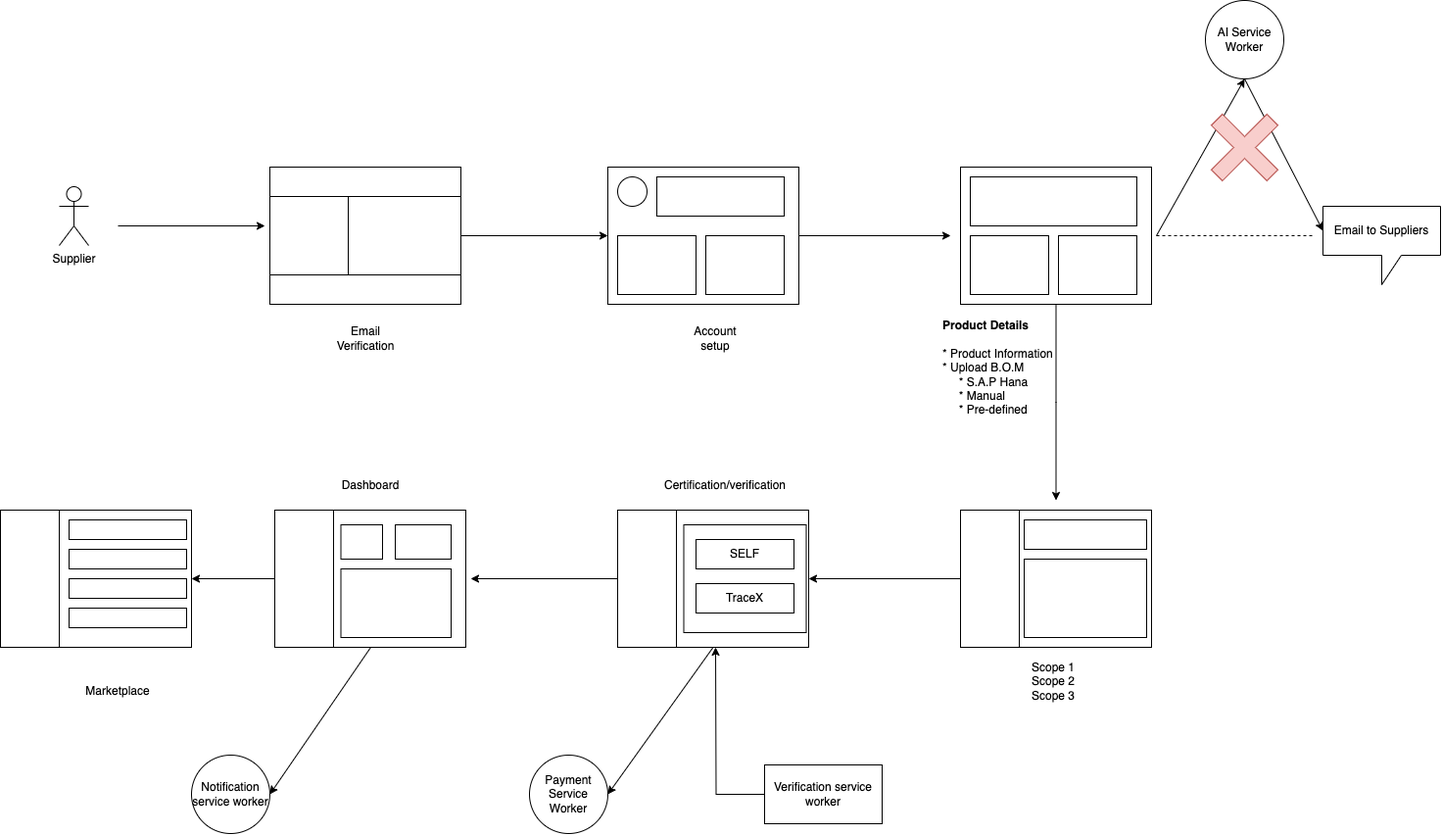
Before: system-diagram-tracex.drawio.png, a diagram exported from draw.io (PriyathamVarma/traceX). Source tidied: cells renumbered, new cells last; positions are measured from the earlier drawing's top-left corner, leaving out a move shared by most shapes.
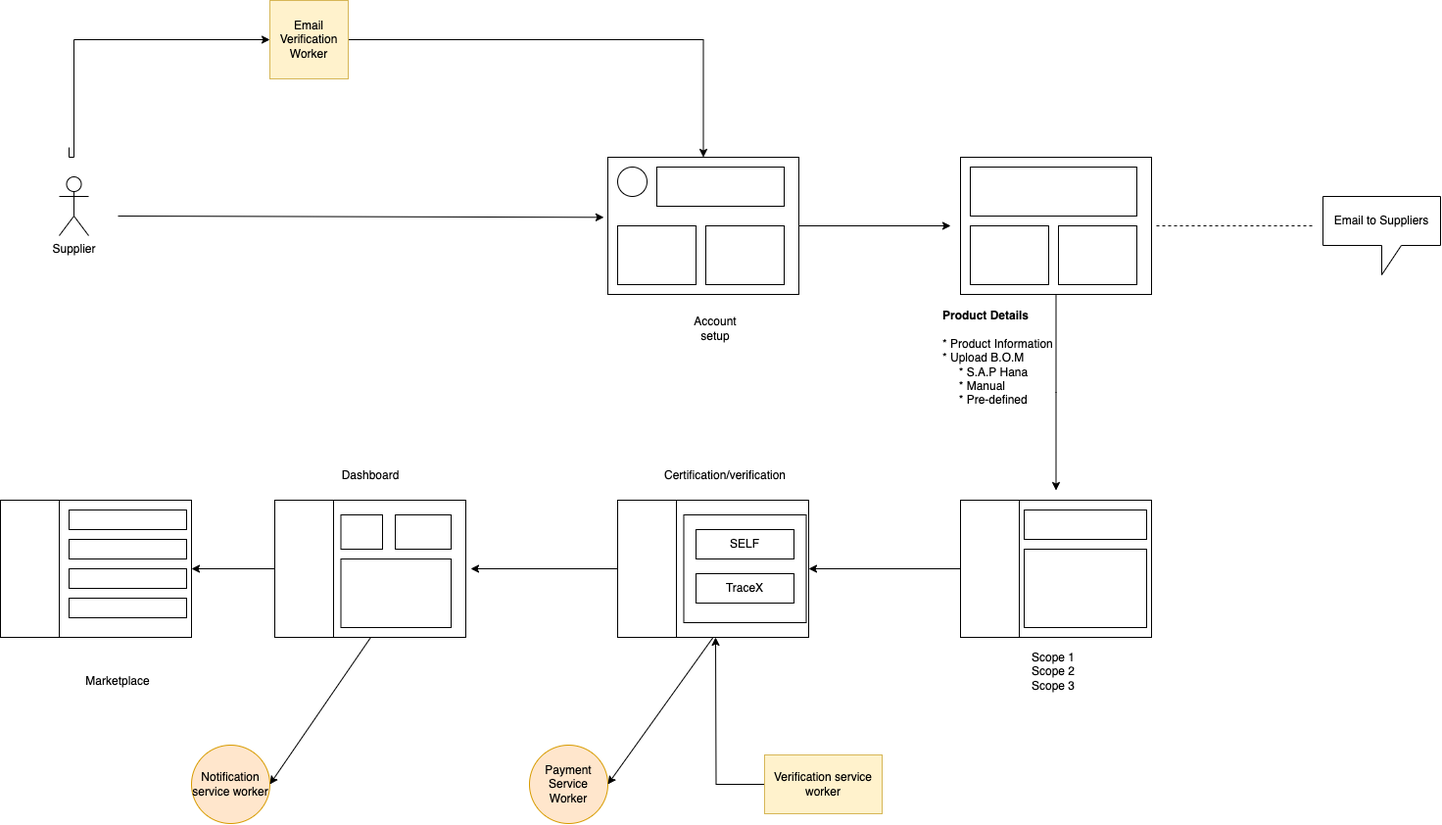
The same file after the commit.

Change to the diagram source:
```diff
@@ -2,33 +2,30 @@
   <root>
     <mxCell id="0" />
     <mxCell id="1" parent="0" />
-    <mxCell id="2" style="edgeStyle=orthogonalEdgeStyle;rounded=0;jettySize=auto;html=1;entryX=0;entryY=0.5;entryDx=0;entryDy=0;" parent="1" edge="1" source="3" target="11">
+    <mxCell id="2" style="edgeStyle=orthogonalEdgeStyle;rounded=0;jettySize=auto;html=1;entryX=0.5;entryY=0;entryDx=0;entryDy=0;exitX=1;exitY=0.5;exitDx=0;exitDy=0;" parent="1" edge="1" source="7" target="11">
       <mxGeometry relative="1" as="geometry" />
     </mxCell>
-    <mxCell id="3" style="rounded=0;whiteSpace=wrap;html=1;" parent="1" vertex="1">
-      <mxGeometry x="275" y="170" width="195" height="140" as="geometry" />
-    </mxCell>
+    <mxCell id="62" style="edgeStyle=orthogonalEdgeStyle;rounded=0;jettySize=auto;html=1;entryX=0;entryY=0.5;entryDx=0;entryDy=0;" parent="1" edge="1" target="7">
+      <mxGeometry relative="1" as="geometry">
+        <mxPoint x="70" y="160" as="sourcePoint" />
+        <Array as="points">
+          <mxPoint x="70" y="170" />
+          <mxPoint x="75" y="170" />
+          <mxPoint x="75" y="50" />
+        </Array>
+      </mxGeometry>
+    </mxCell>
     <mxCell id="4" value="Supplier" style="shape=umlActor;verticalLabelPosition=bottom;verticalAlign=top;html=1;" parent="1" vertex="1">
       <mxGeometry x="60" y="190" width="30" height="60" as="geometry" />
     </mxCell>
-    <mxCell id="5" style="rounded=0;whiteSpace=wrap;html=1;" parent="1" vertex="1">
-      <mxGeometry x="275" y="170" width="195" height="30" as="geometry" />
-    </mxCell>
-    <mxCell id="6" style="rounded=0;whiteSpace=wrap;html=1;" parent="1" vertex="1">
-      <mxGeometry x="275" y="280" width="195" height="30" as="geometry" />
-    </mxCell>
-    <mxCell id="7" style="whiteSpace=wrap;html=1;" parent="1" vertex="1">
-      <mxGeometry x="275" y="200" width="80" height="80" as="geometry" />
+    <mxCell id="7" value="Email Verification Worker" style="whiteSpace=wrap;html=1;fillColor=#fff2cc;strokeColor=#d6b656;" parent="1" vertex="1">
+      <mxGeometry x="275" y="10" width="80" height="80" as="geometry" />
     </mxCell>
-    <mxCell id="8" style="endArrow=classic;html=1;rounded=0;" parent="1" edge="1">
+    <mxCell id="8" style="endArrow=classic;html=1;rounded=0;entryX=-0.021;entryY=0.438;entryDx=0;entryDy=0;entryPerimeter=0;" parent="1" edge="1" target="11">
       <mxGeometry relative="1" as="geometry">
         <mxPoint x="120" y="230" as="sourcePoint" />
-        <mxPoint x="270" y="230" as="targetPoint" />
       </mxGeometry>
     </mxCell>
-    <mxCell id="9" value="Email Verification" style="text;html=1;strokeColor=none;fillColor=none;align=center;verticalAlign=middle;whiteSpace=wrap;rounded=0;" parent="1" vertex="1">
-      <mxGeometry x="343" y="330" width="60" height="30" as="geometry" />
-    </mxCell>
     <mxCell id="10" style="edgeStyle=orthogonalEdgeStyle;rounded=0;jettySize=auto;html=1;" parent="1" edge="1" source="11">
       <mxGeometry relative="1" as="geometry">
         <mxPoint x="970" y="240" as="targetPoint" />
@@ -81,20 +78,6 @@
         <mxPoint x="1340" y="240" as="targetPoint" />
       </mxGeometry>
     </mxCell>
-    <mxCell id="25" value="AI Service&lt;br&gt;Worker" style="ellipse;whiteSpace=wrap;html=1;" parent="1" vertex="1">
-      <mxGeometry x="1230" width="80" height="80" as="geometry" />
-    </mxCell>
-    <mxCell id="26" style="endArrow=classic;html=1;rounded=0;entryX=0.5;entryY=1;entryDx=0;entryDy=0;" parent="1" edge="1" target="25">
-      <mxGeometry relative="1" as="geometry">
-        <mxPoint x="1180" y="240" as="sourcePoint" />
-      </mxGeometry>
-    </mxCell>
-    <mxCell id="27" style="endArrow=classic;html=1;rounded=0;entryX=0;entryY=0;entryDx=0;entryDy=25;exitX=0.5;exitY=1;exitDx=0;exitDy=0;entryPerimeter=0;" parent="1" edge="1" source="25" target="23">
-      <mxGeometry relative="1" as="geometry" />
-    </mxCell>
-    <mxCell id="28" style="shape=cross;whiteSpace=wrap;html=1;rotation=-45;fillColor=#f8cecc;strokeColor=#b85450;" parent="1" vertex="1">
-      <mxGeometry x="1230" y="110" width="80" height="80" as="geometry" />
-    </mxCell>
     <mxCell id="29" style="rounded=0;whiteSpace=wrap;html=1;" parent="1" vertex="1">
       <mxGeometry x="980" y="520" width="195" height="140" as="geometry" />
     </mxCell>
@@ -136,7 +119,7 @@
     <mxCell id="41" value="TraceX" style="rounded=0;whiteSpace=wrap;html=1;" parent="1" vertex="1">
       <mxGeometry x="710" y="595" width="100" height="30" as="geometry" />
     </mxCell>
-    <mxCell id="42" value="Payment Service Worker" style="ellipse;whiteSpace=wrap;html=1;" parent="1" vertex="1">
+    <mxCell id="42" value="Payment Service Worker" style="ellipse;whiteSpace=wrap;html=1;fillColor=#ffe6cc;strokeColor=#d79b00;" parent="1" vertex="1">
       <mxGeometry x="540" y="770" width="80" height="80" as="geometry" />
     </mxCell>
     <mxCell id="43" style="endArrow=classic;html=1;rounded=0;exitX=0.5;exitY=1;exitDx=0;exitDy=0;entryX=1;entryY=0.5;entryDx=0;entryDy=0;" parent="1" edge="1" source="35" target="42">
@@ -184,7 +167,7 @@
     <mxCell id="57" value="Marketplace" style="text;html=1;strokeColor=none;fillColor=none;align=center;verticalAlign=middle;whiteSpace=wrap;rounded=0;" parent="1" vertex="1">
       <mxGeometry x="90" y="690" width="60" height="30" as="geometry" />
     </mxCell>
-    <mxCell id="58" value="Notification service worker" style="ellipse;whiteSpace=wrap;html=1;" parent="1" vertex="1">
+    <mxCell id="58" value="Notification service worker" style="ellipse;whiteSpace=wrap;html=1;fillColor=#ffe6cc;strokeColor=#d79b00;" parent="1" vertex="1">
       <mxGeometry x="195" y="770" width="80" height="80" as="geometry" />
     </mxCell>
     <mxCell id="59" style="endArrow=classic;html=1;rounded=0;exitX=0.5;exitY=1;exitDx=0;exitDy=0;entryX=1;entryY=0.5;entryDx=0;entryDy=0;" parent="1" edge="1" target="58">
@@ -197,7 +180,7 @@
         <mxPoint x="730" y="660" as="targetPoint" />
       </mxGeometry>
     </mxCell>
-    <mxCell id="61" value="Verification service worker" style="rounded=0;whiteSpace=wrap;html=1;" parent="1" vertex="1">
+    <mxCell id="61" value="Verification service worker" style="rounded=0;whiteSpace=wrap;html=1;fillColor=#fff2cc;strokeColor=#d6b656;" parent="1" vertex="1">
       <mxGeometry x="780" y="780" width="120" height="60" as="geometry" />
     </mxCell>
   </root>
```
